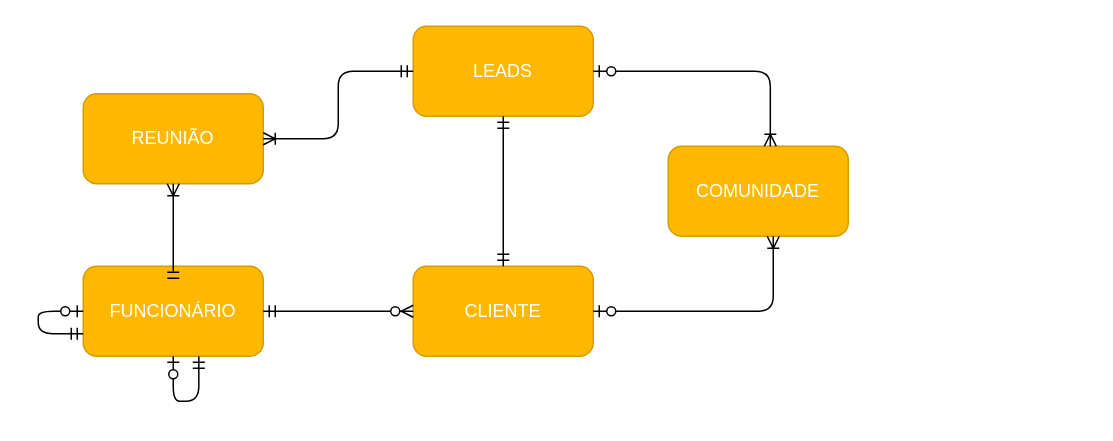
Above: banco de dados/diagrama_entidades_apresentacao.drawio in jorgeleao123/Trabalho_PI_Semestral (draw.io), before the change. Source tidied: cells renumbered, new cells numbered last; positions are measured from the earlier drawing's top-left corner, leaving out a move shared by most shapes. Both pictures are drawn from the tidied source at 150%, with x=0, y=0 at pixel (38, 26).
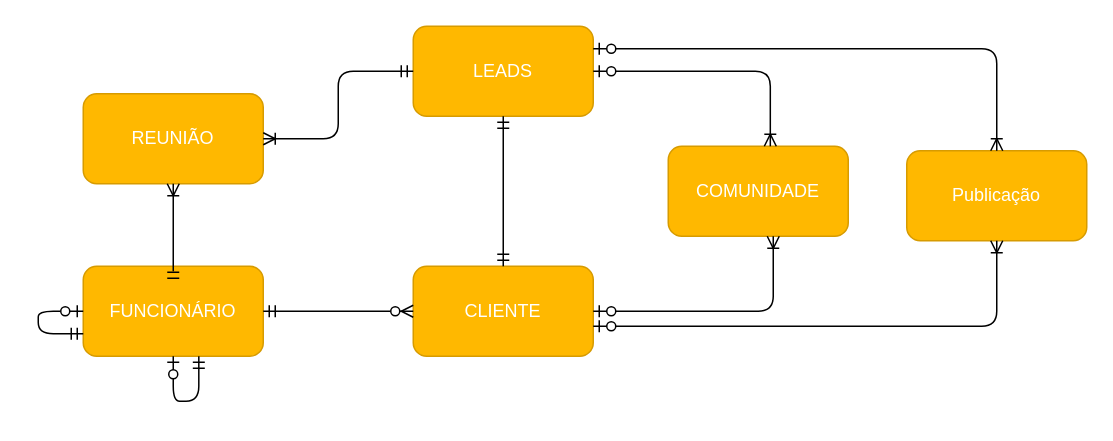
After the change.

The change refers to these unchanged cells:
```xml
<mxCell id="2" value="&lt;font color=&quot;#ffffff&quot;&gt;CLIENTE&lt;/font&gt;" style="rounded=1;whiteSpace=wrap;html=1;strokeColor=#d79b00;gradientColor=#FFB800;fillColor=#FFB800;" parent="1" vertex="1">
  <mxGeometry x="250" y="160" width="120" height="60" as="geometry" />
</mxCell>
<mxCell id="3" value="&lt;font color=&quot;#ffffff&quot;&gt;LEADS&lt;/font&gt;" style="rounded=1;whiteSpace=wrap;html=1;strokeColor=#d79b00;gradientColor=#FFB800;fillColor=#FFB800;" parent="1" vertex="1">
  <mxGeometry x="250" width="120" height="60" as="geometry" />
</mxCell>
```

What changed in the source:
```diff
@@
+    <mxCell id="15" value="&lt;font color=&quot;#ffffff&quot;&gt;Publicação&lt;/font&gt;" style="rounded=1;whiteSpace=wrap;html=1;strokeColor=#d79b00;gradientColor=#FFB800;fillColor=#FFB800;" parent="1" vertex="1">
+      <mxGeometry x="579" y="83" width="120" height="60" as="geometry" />
+    </mxCell>
+    <mxCell id="16" style="edgeStyle=elbowEdgeStyle;fontSize=12;html=1;endArrow=ERoneToMany;startArrow=ERzeroToOne;elbow=vertical;exitX=1;exitY=0.25;exitDx=0;exitDy=0;entryX=0.5;entryY=0;entryDx=0;entryDy=0;" parent="1" edge="1" source="3" target="15">
+      <mxGeometry relative="1" as="geometry">
+        <Array as="points">
+          <mxPoint x="540" y="15" />
+        </Array>
+      </mxGeometry>
+    </mxCell>
+    <mxCell id="17" style="edgeStyle=elbowEdgeStyle;fontSize=12;html=1;endArrow=ERoneToMany;startArrow=ERzeroToOne;elbow=vertical;entryX=0.5;entryY=1;entryDx=0;entryDy=0;" parent="1" edge="1" source="2" target="15">
+      <mxGeometry relative="1" as="geometry">
+        <Array as="points">
+          <mxPoint x="470" y="200" />
+        </Array>
+      </mxGeometry>
+    </mxCell>
```
